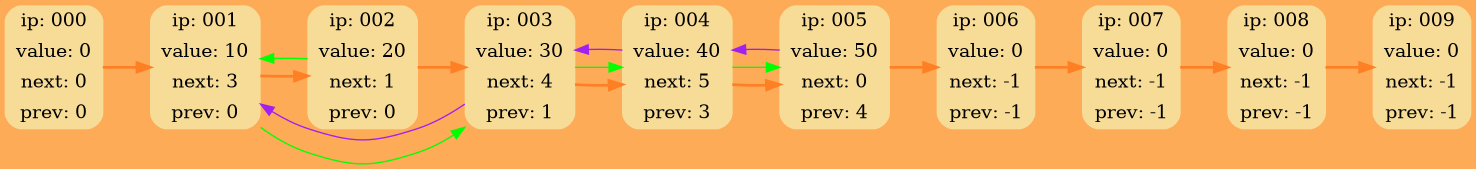
The Graphviz diagram DumpGraph.png in RTCupid/List, before a commit. Its source is kept beside it as DumpGraph.dot.
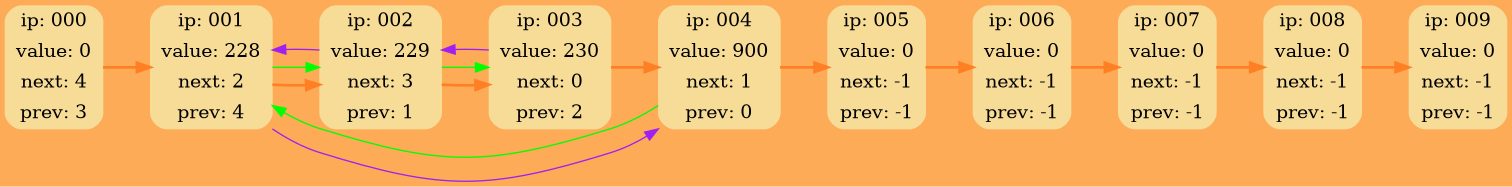
After the commit.

Change to the diagram source:
```diff
@@ -1,12 +1,12 @@
 digraph G {
 	rankdir = LR;
 	bgcolor="#FDAB57"
-	node000 [shape=Mrecord; style=filled; color="#F7DC98"; label = " { ip: 000} | {value:   0} | {next:   0} | {prev:   0} " ];
-	node001 [shape=Mrecord; style=filled; color="#F7DC98"; label = " { ip: 001} | {value:  10} | {next:   3} | {prev:   0} " ];
-	node002 [shape=Mrecord; style=filled; color="#F7DC98"; label = " { ip: 002} | {value:  20} | {next:   1} | {prev:   0} " ];
-	node003 [shape=Mrecord; style=filled; color="#F7DC98"; label = " { ip: 003} | {value:  30} | {next:   4} | {prev:   1} " ];
-	node004 [shape=Mrecord; style=filled; color="#F7DC98"; label = " { ip: 004} | {value:  40} | {next:   5} | {prev:   3} " ];
-	node005 [shape=Mrecord; style=filled; color="#F7DC98"; label = " { ip: 005} | {value:  50} | {next:   0} | {prev:   4} " ];
+	node000 [shape=Mrecord; style=filled; color="#F7DC98"; label = " { ip: 000} | {value:   0} | {next:   4} | {prev:   3} " ];
+	node001 [shape=Mrecord; style=filled; color="#F7DC98"; label = " { ip: 001} | {value: 228} | {next:   2} | {prev:   4} " ];
+	node002 [shape=Mrecord; style=filled; color="#F7DC98"; label = " { ip: 002} | {value: 229} | {next:   3} | {prev:   1} " ];
+	node003 [shape=Mrecord; style=filled; color="#F7DC98"; label = " { ip: 003} | {value: 230} | {next:   0} | {prev:   2} " ];
+	node004 [shape=Mrecord; style=filled; color="#F7DC98"; label = " { ip: 004} | {value: 900} | {next:   1} | {prev:   0} " ];
+	node005 [shape=Mrecord; style=filled; color="#F7DC98"; label = " { ip: 005} | {value:   0} | {next:  -1} | {prev:  -1} " ];
 	node006 [shape=Mrecord; style=filled; color="#F7DC98"; label = " { ip: 006} | {value:   0} | {next:  -1} | {prev:  -1} " ];
 	node007 [shape=Mrecord; style=filled; color="#F7DC98"; label = " { ip: 007} | {value:   0} | {next:  -1} | {prev:  -1} " ];
 	node008 [shape=Mrecord; style=filled; color="#F7DC98"; label = " { ip: 008} | {value:   0} | {next:  -1} | {prev:  -1} " ];
@@ -22,12 +22,11 @@
 	node007 -> node008 [style=bold; weight=1000; color=chocolate1; ];
 	node008 -> node009 [style=bold; weight=1000; color=chocolate1; ];
 
-	node001 -> node003 [weight=0; color=green; ];
-	node002 -> node001 [weight=0; color=green; ];
-	node003 -> node004 [weight=0; color=green; ];
-	node004 -> node005 [weight=0; color=green; ];
+	node001 -> node002 [weight=0; color=green; ];
+	node002 -> node003 [weight=0; color=green; ];
+	node004 -> node001 [weight=0; color=green; ];
 
-	node005 -> node004 [weight=0; color=purple; constraint=false; ];
-	node004 -> node003 [weight=0; color=purple; constraint=false; ];
-	node003 -> node001 [weight=0; color=purple; constraint=false; ];
+	node003 -> node002 [weight=0; color=purple; constraint=false; ];
+	node002 -> node001 [weight=0; color=purple; constraint=false; ];
+	node001 -> node004 [weight=0; color=purple; constraint=false; ];
 }
```
